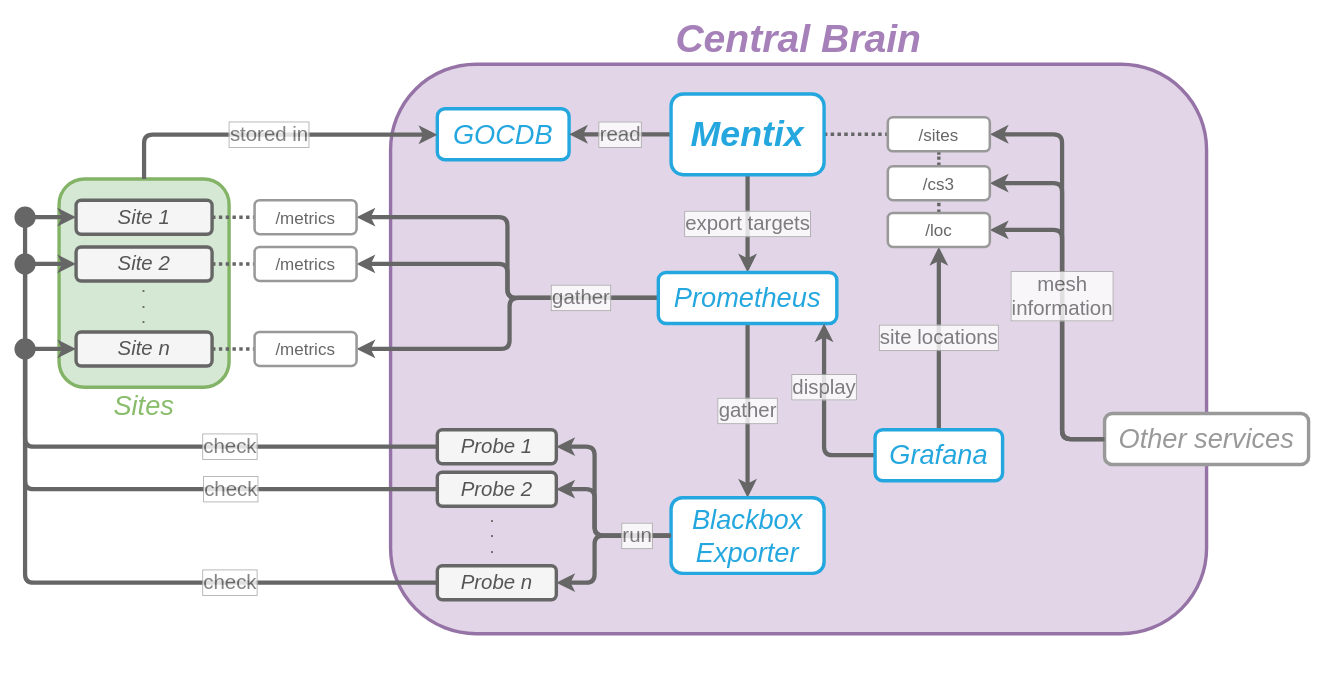
The draw.io diagram docs/mentix/mentix_flow.drawio in Daniel-WWU-IT/sciencemesh-wwu, before the edit. Source tidied: cells renumbered, new cells numbered last; positions are measured from the earlier drawing's top-left corner, leaving out a move shared by most shapes. Both pictures are drawn from the tidied source at 85%, with x=0, y=0 at pixel (16, 64).
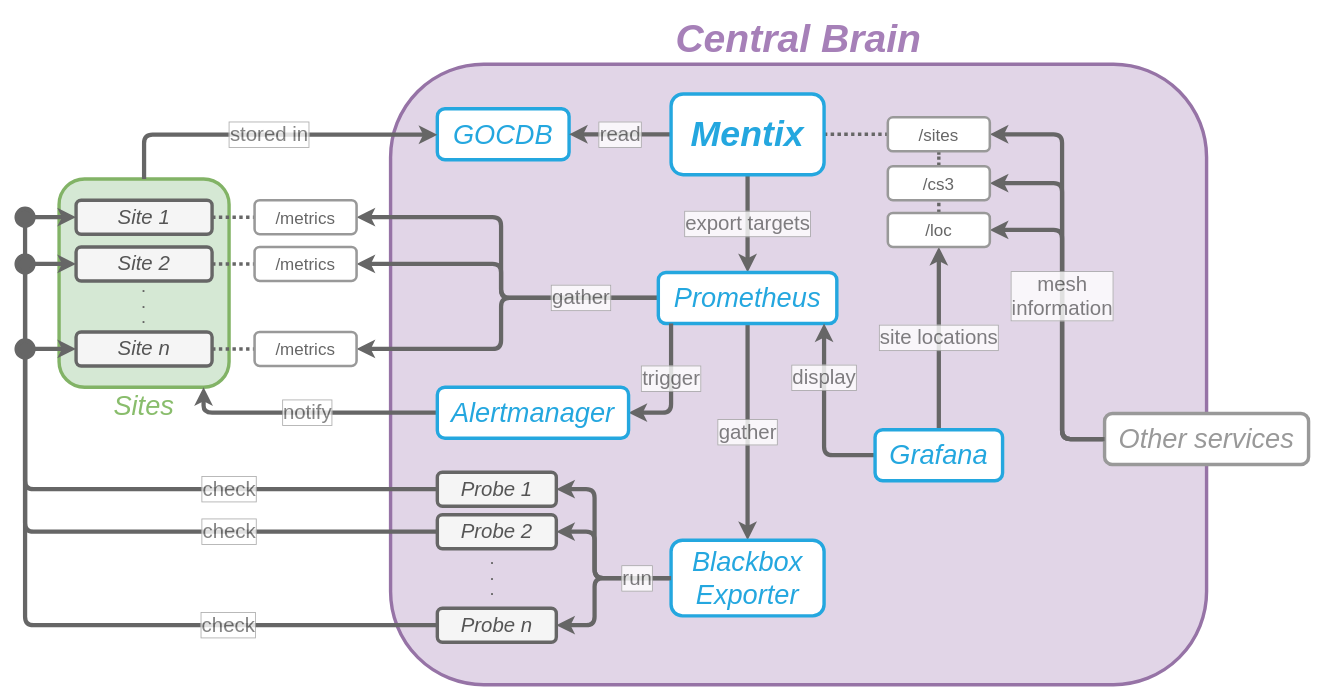
The same page after the edit.

Commit message (it also covers changes not shown here):
Add Alertmanager to diagram

The change refers to these unchanged cells:
```xml
<mxCell id="2" value="Sites" style="whiteSpace=wrap;html=1;fontStyle=2;horizontal=1;verticalAlign=top;fontSize=32;rounded=1;strokeColor=#82b366;strokeWidth=4;sketch=0;fillColor=#d5e8d4;labelPosition=center;verticalLabelPosition=bottom;align=center;labelBackgroundColor=none;fontColor=#89BD6C;spacingTop=-4;" parent="1" vertex="1">
  <mxGeometry x="50" y="135" width="200" height="245" as="geometry" />
</mxCell>
<mxCell id="6" value="Site n" style="whiteSpace=wrap;html=1;sketch=0;fontSize=24;rounded=1;shadow=0;strokeColor=#666666;strokeWidth=4;glass=0;fontStyle=2;fontColor=#555555;fillColor=#f5f5f5;" parent="1" vertex="1">
  <mxGeometry x="70" y="315" width="160" height="40" as="geometry" />
</mxCell>
<mxCell id="20" value="Prometheus" style="whiteSpace=wrap;html=1;sketch=0;fontSize=32;fontStyle=2;rounded=1;fontColor=#24A7DF;strokeColor=#24A7DF;strokeWidth=4;" parent="1" vertex="1">
  <mxGeometry x="755" y="245" width="210" height="60" as="geometry" />
</mxCell>
<mxCell id="23" value="Grafana" style="whiteSpace=wrap;html=1;sketch=0;fontSize=32;fontStyle=2;rounded=1;fontColor=#24A7DF;strokeColor=#24A7DF;strokeWidth=4;" parent="1" vertex="1">
  <mxGeometry x="1010" y="430" width="150" height="60" as="geometry" />
</mxCell>
<mxCell id="35" value="/metrics" style="whiteSpace=wrap;html=1;sketch=0;fontSize=20;strokeWidth=3;strokeColor=#999999;glass=0;rounded=1;shadow=0;fontColor=#666666;" parent="1" vertex="1">
  <mxGeometry x="280" y="315" width="120" height="40" as="geometry" />
</mxCell>
<mxCell id="36" value="/metrics" style="whiteSpace=wrap;html=1;sketch=0;fontSize=20;strokeWidth=3;strokeColor=#999999;glass=0;rounded=1;shadow=0;fontColor=#666666;" parent="1" vertex="1">
  <mxGeometry x="280" y="215" width="120" height="40" as="geometry" />
</mxCell>
<mxCell id="37" value="Site 1" style="whiteSpace=wrap;html=1;sketch=0;fontSize=24;rounded=1;shadow=0;strokeColor=#666666;strokeWidth=4;glass=0;fontStyle=2;fillColor=#f5f5f5;fontColor=#555555;" parent="1" vertex="1">
  <mxGeometry x="70" y="160" width="160" height="40" as="geometry" />
</mxCell>
<mxCell id="38" value="Site 2" style="whiteSpace=wrap;html=1;sketch=0;fontSize=24;rounded=1;shadow=0;strokeColor=#666666;strokeWidth=4;glass=0;fontStyle=2;fontColor=#555555;fillColor=#f5f5f5;" parent="1" vertex="1">
  <mxGeometry x="70" y="215" width="160" height="40" as="geometry" />
</mxCell>
<mxCell id="49" value="/metrics" style="whiteSpace=wrap;html=1;sketch=0;fontSize=20;strokeColor=#999999;strokeWidth=3;glass=0;rounded=1;shadow=0;fontColor=#666666;" parent="1" vertex="1">
  <mxGeometry x="280" y="160" width="120" height="40" as="geometry" />
</mxCell>
```

The edit, as a diff of the source:
```diff
@@
     <mxCell id="8" value="Central Brain" style="whiteSpace=wrap;html=1;sketch=0;fontSize=46;verticalAlign=bottom;fontStyle=3;fillColor=#e1d5e7;strokeColor=#9673a6;strokeWidth=4;rounded=1;fontColor=#A680B8;labelPosition=center;verticalLabelPosition=top;align=center;" parent="1" vertex="1">
-      <mxGeometry x="440" width="960" height="670" as="geometry" />
+      <mxGeometry x="440" width="960" height="730" as="geometry" />
     </mxCell>
@@
     <mxCell id="16" style="edgeStyle=orthogonalEdgeStyle;curved=0;sketch=0;jettySize=auto;html=1;entryX=1;entryY=0.5;entryDx=0;entryDy=0;fontSize=24;fontColor=#666666;fontStyle=0;strokeColor=#666666;strokeWidth=5;textOpacity=80;labelBorderColor=#999999;spacing=2;spacingTop=0;" parent="1" edge="1" source="20" target="36">
-      <mxGeometry relative="1" as="geometry" />
+      <mxGeometry relative="1" as="geometry">
+        <Array as="points">
+          <mxPoint x="570" y="275" />
+          <mxPoint x="570" y="235" />
+        </Array>
+      </mxGeometry>
     </mxCell>
     <mxCell id="17" style="edgeStyle=orthogonalEdgeStyle;curved=0;sketch=0;jettySize=auto;html=1;entryX=1;entryY=0.5;entryDx=0;entryDy=0;fontSize=24;fontColor=#666666;fontStyle=0;strokeColor=#666666;strokeWidth=5;textOpacity=80;labelBorderColor=#999999;spacing=2;spacingTop=0;" parent="1" edge="1" source="20" target="49">
-      <mxGeometry relative="1" as="geometry" />
+      <mxGeometry relative="1" as="geometry">
+        <Array as="points">
+          <mxPoint x="570" y="275" />
+          <mxPoint x="570" y="180" />
+        </Array>
+      </mxGeometry>
     </mxCell>
     <mxCell id="18" value="gather" style="edgeStyle=orthogonalEdgeStyle;curved=0;sketch=0;jettySize=auto;html=1;entryX=1;entryY=0.5;entryDx=0;entryDy=0;fontSize=24;fontColor=#666666;fontStyle=0;strokeColor=#666666;strokeWidth=5;textOpacity=80;labelBorderColor=#999999;spacing=2;spacingTop=0;" parent="1" edge="1" source="20" target="35">
       <mxGeometry x="-0.56" relative="1" as="geometry">
         <Array as="points">
-          <mxPoint x="580" y="275" />
-          <mxPoint x="580" y="335" />
+          <mxPoint x="570" y="275" />
+          <mxPoint x="570" y="335" />
         </Array>
       </mxGeometry>
     </mxCell>
@@
     <mxCell id="21" value="display" style="edgeStyle=orthogonalEdgeStyle;sketch=0;jettySize=auto;html=1;fontSize=24;fontColor=#666666;fontStyle=0;strokeColor=#666666;strokeWidth=5;textOpacity=80;labelBorderColor=#999999;spacing=2;spacingTop=0;rounded=1;" parent="1" edge="1" source="23">
-      <mxGeometry x="0.3" relative="1" as="geometry">
+      <mxGeometry x="0.4" relative="1" as="geometry">
         <mxPoint x="950" y="305" as="targetPoint" />
         <Array as="points">
           <mxPoint x="950" y="460" />
           <mxPoint x="950" y="305" />
         </Array>
       </mxGeometry>
     </mxCell>
@@
     <mxCell id="28" style="edgeStyle=orthogonalEdgeStyle;curved=0;sketch=0;jettySize=auto;html=1;fontSize=24;fontColor=#666666;fontStyle=0;strokeColor=#666666;strokeWidth=5;textOpacity=80;labelBorderColor=#999999;spacing=2;spacingTop=0;entryX=1;entryY=0.5;entryDx=0;entryDy=0;exitX=0;exitY=0.5;exitDx=0;exitDy=0;" parent="1" edge="1" source="30" target="33">
       <mxGeometry relative="1" as="geometry">
         <Array as="points">
-          <mxPoint x="680" y="555" />
-          <mxPoint x="680" y="500" />
+          <mxPoint x="680" y="605" />
+          <mxPoint x="680" y="550" />
         </Array>
       </mxGeometry>
     </mxCell>
     <mxCell id="29" style="edgeStyle=orthogonalEdgeStyle;curved=0;sketch=0;jettySize=auto;html=1;entryX=1;entryY=0.5;entryDx=0;entryDy=0;fontSize=24;fontColor=#666666;fontStyle=0;strokeColor=#666666;strokeWidth=5;textOpacity=80;labelBorderColor=#999999;spacing=2;spacingTop=0;exitX=0;exitY=0.5;exitDx=0;exitDy=0;" parent="1" edge="1" source="30" target="32">
       <mxGeometry relative="1" as="geometry">
         <Array as="points">
-          <mxPoint x="680" y="555" />
-          <mxPoint x="680" y="450" />
+          <mxPoint x="680" y="605" />
+          <mxPoint x="680" y="500" />
         </Array>
       </mxGeometry>
     </mxCell>
     <mxCell id="30" value="Blackbox&lt;br&gt;Exporter" style="whiteSpace=wrap;html=1;sketch=0;fontSize=32;fontStyle=2;rounded=1;fontColor=#24A7DF;strokeColor=#24A7DF;strokeWidth=4;" parent="1" vertex="1">
-      <mxGeometry x="770" y="510" width="180" height="89" as="geometry" />
+      <mxGeometry x="770" y="560" width="180" height="89" as="geometry" />
     </mxCell>
     <mxCell id="31" value="run" style="edgeStyle=orthogonalEdgeStyle;curved=0;sketch=0;jettySize=auto;html=1;fontSize=24;fontColor=#666666;fontStyle=0;strokeColor=#666666;strokeWidth=5;textOpacity=80;labelBorderColor=#999999;spacing=2;spacingTop=0;entryX=1;entryY=0.5;entryDx=0;entryDy=0;exitX=0;exitY=0.5;exitDx=0;exitDy=0;" parent="1" edge="1" source="30" target="34">
       <mxGeometry x="-0.58" relative="1" as="geometry">
         <Array as="points">
-          <mxPoint x="680" y="555" />
-          <mxPoint x="680" y="610" />
+          <mxPoint x="680" y="605" />
+          <mxPoint x="680" y="660" />
         </Array>
       </mxGeometry>
     </mxCell>
     <mxCell id="32" value="Probe 1" style="whiteSpace=wrap;html=1;sketch=0;fontSize=24;strokeWidth=4;strokeColor=#666666;glass=0;rounded=1;shadow=0;fontStyle=2;fontColor=#555555;fillColor=#f5f5f5;" parent="1" vertex="1">
-      <mxGeometry x="495" y="430" width="140" height="40" as="geometry" />
+      <mxGeometry x="495" y="480" width="140" height="40" as="geometry" />
     </mxCell>
     <mxCell id="33" value="Probe 2" style="whiteSpace=wrap;html=1;sketch=0;fontSize=24;strokeWidth=4;strokeColor=#666666;glass=0;rounded=1;shadow=0;fontStyle=2;fontColor=#555555;fillColor=#f5f5f5;" parent="1" vertex="1">
-      <mxGeometry x="495" y="480" width="140" height="40" as="geometry" />
+      <mxGeometry x="495" y="530" width="140" height="40" as="geometry" />
     </mxCell>
     <mxCell id="34" value="Probe n" style="whiteSpace=wrap;html=1;sketch=0;fontSize=24;strokeWidth=4;strokeColor=#666666;glass=0;rounded=1;shadow=0;fontStyle=2;fontColor=#555555;fillColor=#f5f5f5;" parent="1" vertex="1">
-      <mxGeometry x="495" y="590" width="140" height="40" as="geometry" />
+      <mxGeometry x="495" y="640" width="140" height="40" as="geometry" />
     </mxCell>
@@
     <mxCell id="39" value="check" style="edgeStyle=orthogonalEdgeStyle;curved=0;sketch=0;jettySize=auto;html=1;entryX=0;entryY=0.5;entryDx=0;entryDy=0;fontSize=24;fontColor=#666666;fontStyle=0;strokeColor=#666666;strokeWidth=5;textOpacity=80;labelBorderColor=#999999;spacing=2;spacingTop=0;exitX=0;exitY=0.5;exitDx=0;exitDy=0;" parent="1" edge="1" source="34" target="37">
-      <mxGeometry x="-0.5" relative="1" as="geometry">
+      <mxGeometry x="-0.52" relative="1" as="geometry">
         <Array as="points">
-          <mxPoint x="10" y="610" />
+          <mxPoint x="10" y="660" />
           <mxPoint x="10" y="180" />
         </Array>
       </mxGeometry>
     </mxCell>
     <mxCell id="40" value="check" style="edgeStyle=orthogonalEdgeStyle;curved=0;sketch=0;jettySize=auto;html=1;entryX=0;entryY=0.5;entryDx=0;entryDy=0;fontSize=24;fontColor=#666666;fontStyle=0;strokeColor=#666666;strokeWidth=5;textOpacity=80;labelBorderColor=#999999;spacing=2;spacingTop=0;exitX=0;exitY=0.5;exitDx=0;exitDy=0;" parent="1" edge="1" source="33" target="38">
-      <mxGeometry x="-0.4" relative="1" as="geometry">
+      <mxGeometry x="-0.43" relative="1" as="geometry">
         <Array as="points">
-          <mxPoint x="10" y="500" />
+          <mxPoint x="10" y="550" />
           <mxPoint x="10" y="235" />
         </Array>
       </mxGeometry>
     </mxCell>
     <mxCell id="41" value="check" style="edgeStyle=orthogonalEdgeStyle;curved=0;sketch=0;jettySize=auto;html=1;fontSize=24;fontColor=#666666;fontStyle=0;strokeColor=#666666;strokeWidth=5;textOpacity=80;labelBorderColor=#999999;spacing=2;spacingTop=0;entryX=0;entryY=0.5;entryDx=0;entryDy=0;exitX=0;exitY=0.5;exitDx=0;exitDy=0;" parent="1" edge="1" source="32" target="6">
-      <mxGeometry x="-0.26" relative="1" as="geometry">
+      <mxGeometry x="-0.31" relative="1" as="geometry">
         <Array as="points">
-          <mxPoint x="490" y="450" />
-          <mxPoint x="10" y="450" />
+          <mxPoint x="10" y="500" />
           <mxPoint x="10" y="335" />
         </Array>
       </mxGeometry>
     </mxCell>
     <mxCell id="42" value=".&lt;br style=&quot;font-size: 15px;&quot;&gt;.&lt;br style=&quot;font-size: 15px;&quot;&gt;." style="text;html=1;strokeColor=none;fillColor=none;align=center;verticalAlign=middle;whiteSpace=wrap;sketch=0;fontStyle=1;fontSize=15;fontColor=#666666;" parent="1" vertex="1">
-      <mxGeometry x="530" y="531" width="60" height="40" as="geometry" />
+      <mxGeometry x="530" y="581" width="60" height="40" as="geometry" />
     </mxCell>
@@
+    <mxCell id="51" value="trigger" style="edgeStyle=orthogonalEdgeStyle;rounded=1;jettySize=auto;html=1;fontSize=24;fontColor=#666666;fontStyle=0;strokeColor=#666666;strokeWidth=5;textOpacity=80;labelBorderColor=#999999;spacing=2;spacingTop=0;sketch=0;startArrow=classic;startFill=1;endArrow=none;endFill=0;" parent="1" edge="1" target="20">
+      <mxGeometry x="0.16" relative="1" as="geometry">
+        <mxPoint x="720" y="410" as="sourcePoint" />
+        <Array as="points">
+          <mxPoint x="770" y="410" />
+        </Array>
+      </mxGeometry>
+    </mxCell>
+    <mxCell id="52" value="notify" style="edgeStyle=orthogonalEdgeStyle;rounded=1;jettySize=auto;html=1;entryX=0.85;entryY=1;entryDx=0;entryDy=0;endArrow=classic;fontSize=24;fontColor=#666666;fontStyle=0;strokeColor=#666666;strokeWidth=5;textOpacity=80;labelBorderColor=#999999;spacing=2;spacingTop=0;sketch=0;entryPerimeter=0;" parent="1" edge="1" source="53" target="2">
+      <mxGeometry relative="1" as="geometry" />
+    </mxCell>
+    <mxCell id="53" value="Alertmanager" style="whiteSpace=wrap;html=1;sketch=0;fontSize=32;fontStyle=2;rounded=1;fontColor=#24A7DF;strokeColor=#24A7DF;strokeWidth=4;" parent="1" vertex="1">
+      <mxGeometry x="495" y="380" width="225" height="60" as="geometry" />
+    </mxCell>
```
